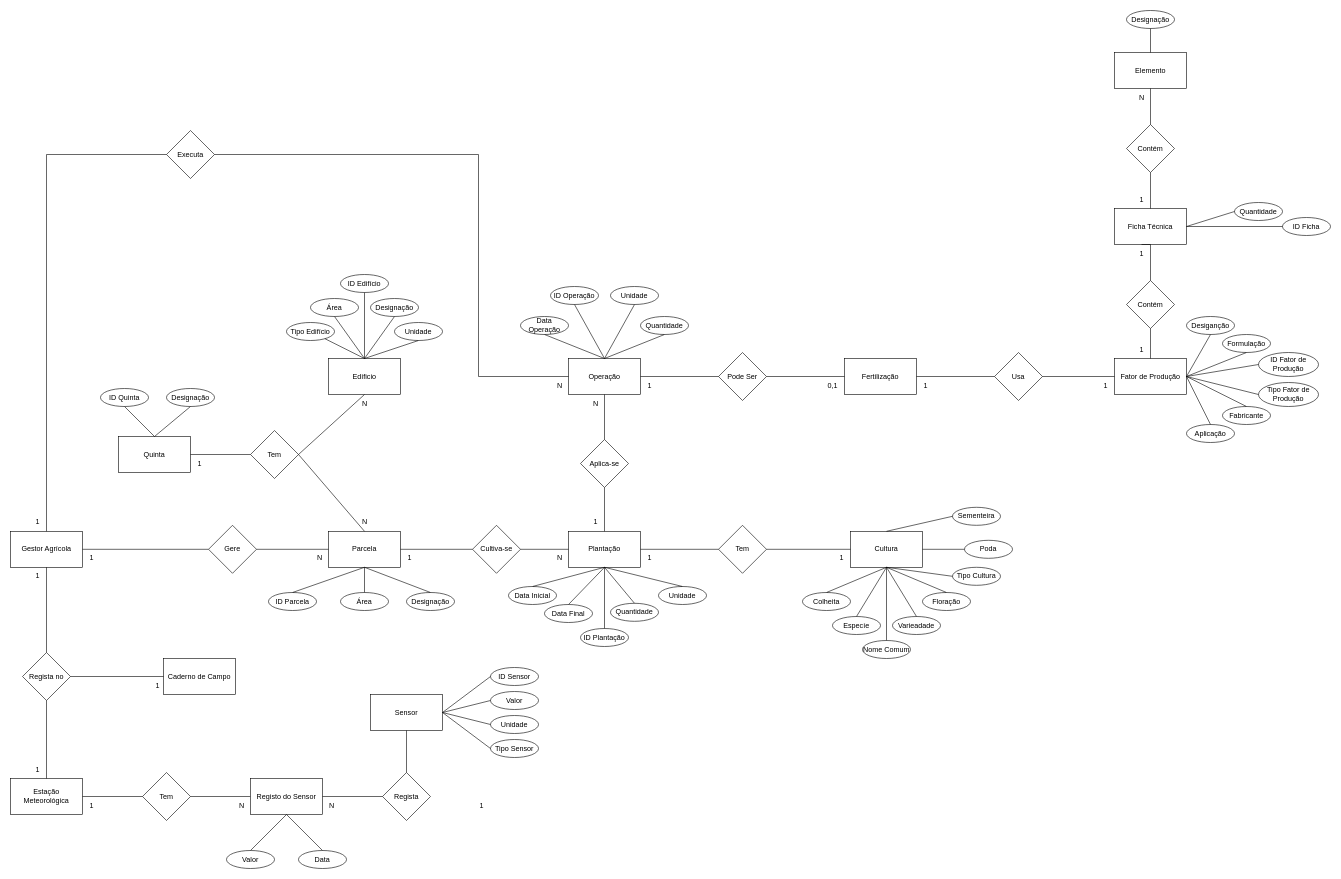
The draw.io diagram docs/models/diagrams/ConceptualModel.drawio in PureNimble/ISEP-LAPR3, before the edit. Source tidied: cells renumbered, new cells numbered last; positions are measured from the earlier drawing's top-left corner, leaving out a move shared by most shapes. Both pictures are drawn from the tidied source at 60%, with x=0, y=0 at pixel (10, 10).
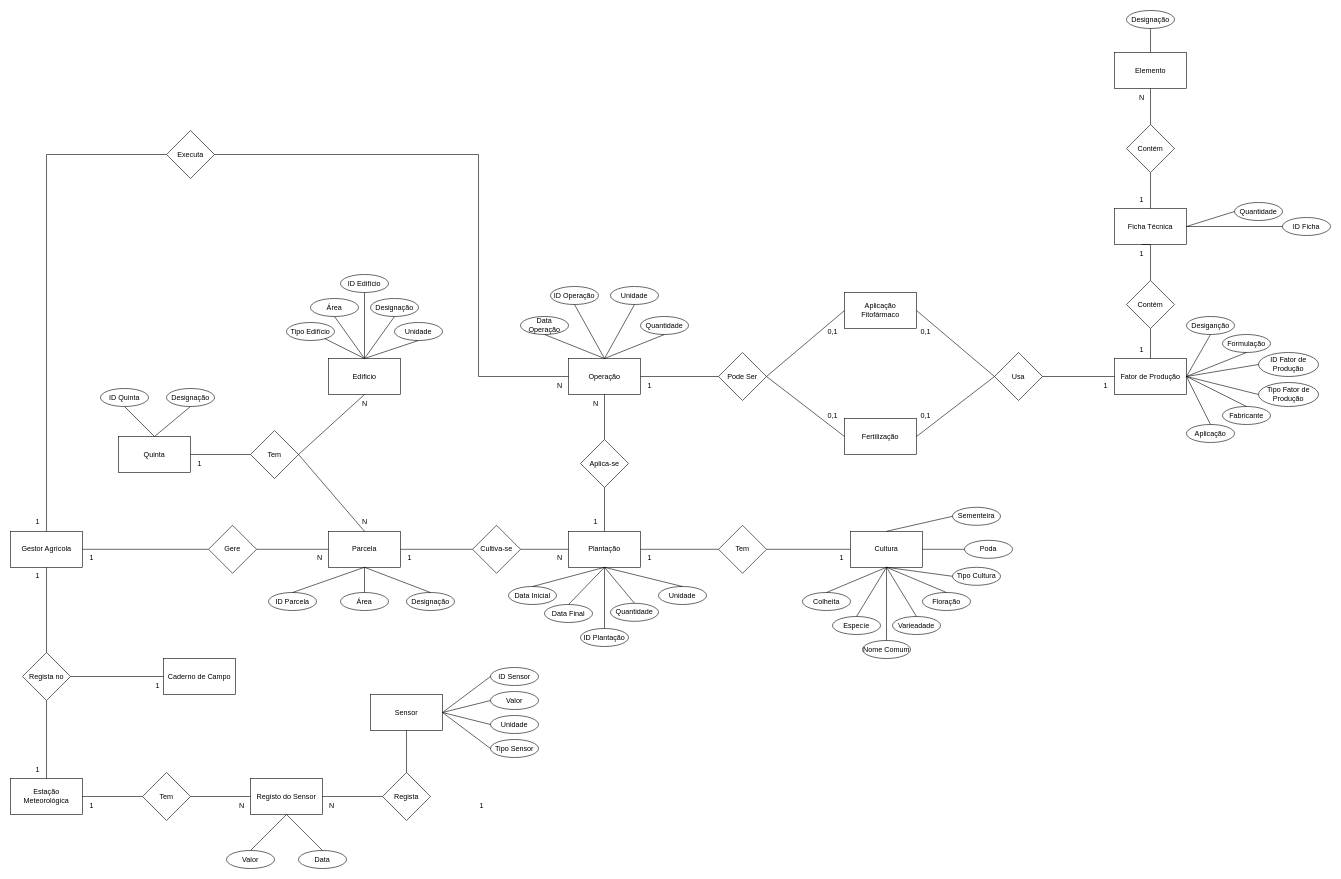
After the change.

Unchanged cells that the change refers to:
```xml
<mxCell id="66" value="Pode Ser" style="rhombus;whiteSpace=wrap;html=1;" parent="1" vertex="1">
  <mxGeometry x="1180" y="570" width="80" height="80" as="geometry" />
</mxCell>
<mxCell id="74" value="Usa" style="rhombus;whiteSpace=wrap;html=1;" parent="1" vertex="1">
  <mxGeometry x="1640" y="570" width="80" height="80" as="geometry" />
</mxCell>
```

Diff of the diagram source:
```diff
@@
     <mxCell id="67" value="Fertilização" style="whiteSpace=wrap;html=1;" parent="1" vertex="1">
-      <mxGeometry x="1390" y="580" width="120" height="60" as="geometry" />
+      <mxGeometry x="1390" y="680" width="120" height="60" as="geometry" />
     </mxCell>
@@
     <mxCell id="73" value="0,1" style="text;html=1;align=center;verticalAlign=middle;strokeColor=none;fillColor=none;" parent="1" vertex="1">
-      <mxGeometry x="1350" y="610" width="40" height="30" as="geometry" />
+      <mxGeometry x="1350" y="660" width="40" height="30" as="geometry" />
     </mxCell>
@@
-    <mxCell id="77" value="1" style="text;html=1;align=center;verticalAlign=middle;strokeColor=none;fillColor=none;" parent="1" vertex="1">
-      <mxGeometry x="1510" y="610" width="30" height="30" as="geometry" />
+    <mxCell id="77" value="0,1" style="text;html=1;align=center;verticalAlign=middle;strokeColor=none;fillColor=none;" parent="1" vertex="1">
+      <mxGeometry x="1505" y="660" width="40" height="30" as="geometry" />
     </mxCell>
@@
+    <mxCell id="172" value="Aplicação Fitofármaco" style="whiteSpace=wrap;html=1;" parent="1" vertex="1">
+      <mxGeometry x="1390" y="470" width="120" height="60" as="geometry" />
+    </mxCell>
+    <mxCell id="173" style="endArrow=none;html=1;rounded=0;entryX=0;entryY=0.5;entryDx=0;entryDy=0;exitX=1;exitY=0.5;exitDx=0;exitDy=0;" parent="1" edge="1" source="66" target="172">
+      <mxGeometry relative="1" as="geometry" />
+    </mxCell>
+    <mxCell id="174" style="endArrow=none;html=1;rounded=0;entryX=1;entryY=0.5;entryDx=0;entryDy=0;exitX=0;exitY=0.5;exitDx=0;exitDy=0;" parent="1" edge="1" source="74" target="172">
+      <mxGeometry relative="1" as="geometry" />
+    </mxCell>
+    <mxCell id="175" value="0,1" style="text;html=1;align=center;verticalAlign=middle;strokeColor=none;fillColor=none;" parent="1" vertex="1">
+      <mxGeometry x="1350" y="520" width="40" height="30" as="geometry" />
+    </mxCell>
+    <mxCell id="176" value="0,1" style="text;html=1;align=center;verticalAlign=middle;strokeColor=none;fillColor=none;" parent="1" vertex="1">
+      <mxGeometry x="1505" y="520" width="40" height="30" as="geometry" />
+    </mxCell>
```
